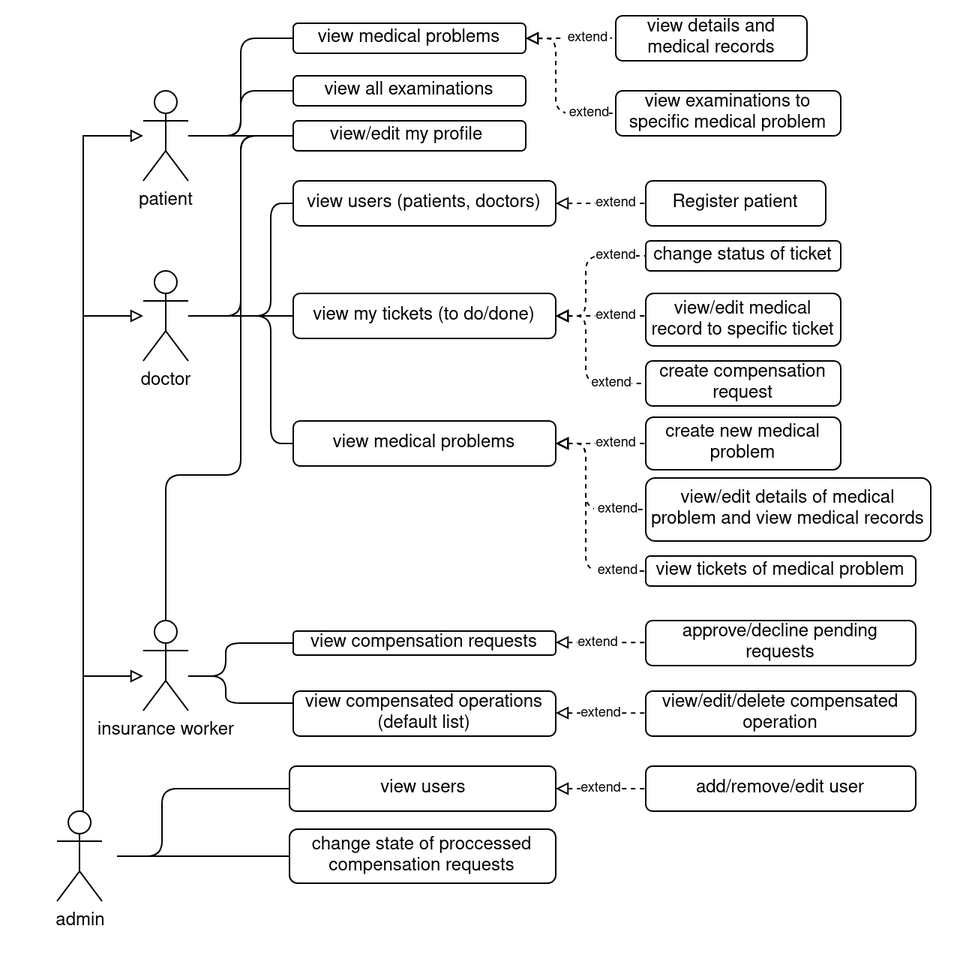
The draw.io diagram docs/use-case.png in adosix/hospital-information-system, before a commit. Source tidied: cells renumbered, new cells last; positions are measured from the earlier drawing's top-left corner, leaving out a move shared by most shapes.
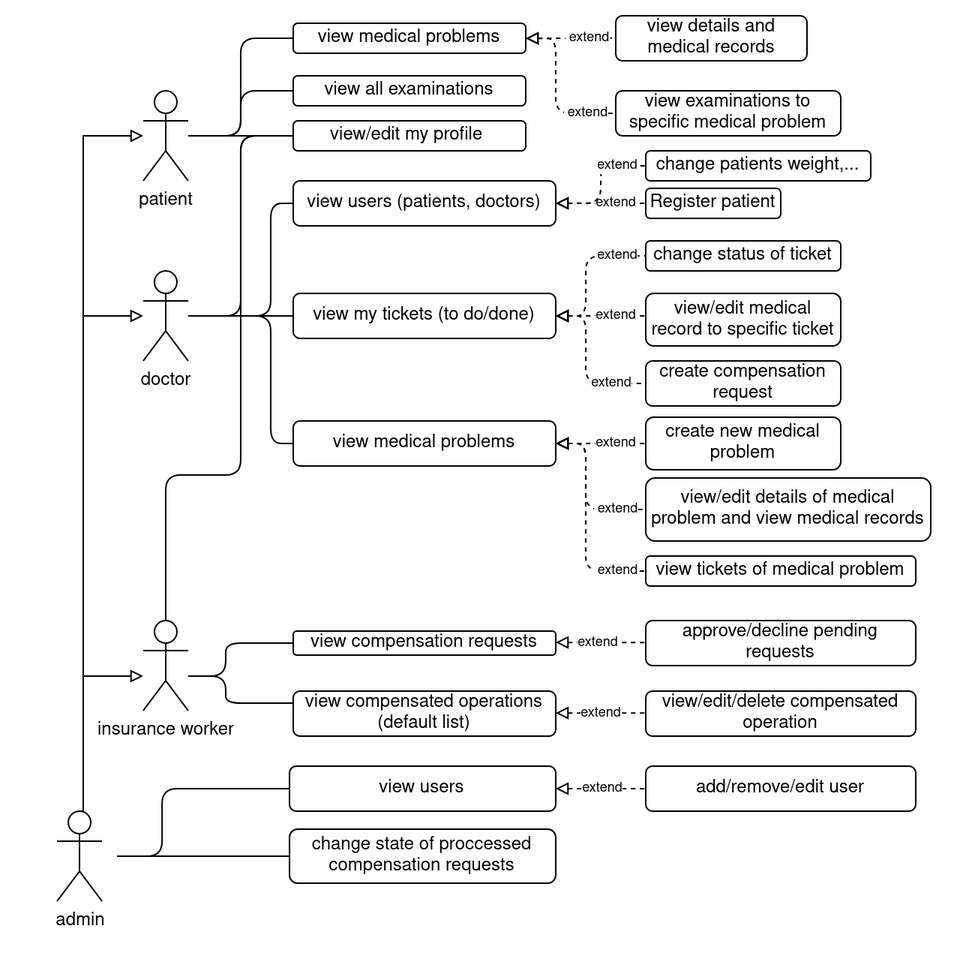
The same diagram one commit later.

Change to the diagram source:
```diff
@@ -241,7 +241,7 @@
       <mxGeometry x="410" y="60" width="150" height="30" as="geometry" />
     </mxCell>
     <mxCell id="47" value="Register patient" style="rounded=1;whiteSpace=wrap;html=1;" parent="1" vertex="1">
-      <mxGeometry x="430" y="120" width="120" height="30" as="geometry" />
+      <mxGeometry x="430" y="125" width="90" height="20" as="geometry" />
     </mxCell>
     <mxCell id="48" style="edgeStyle=orthogonalEdgeStyle;rounded=1;jettySize=auto;html=1;dashed=1;endArrow=none;endFill=0;startArrow=block;startFill=0;exitX=1;exitY=0.5;exitDx=0;exitDy=0;" parent="1" edge="1" source="13" target="25">
       <mxGeometry relative="1" as="geometry">
@@ -359,5 +359,18 @@
     <mxCell id="67" value="view/edit/delete compensated operation" style="rounded=1;whiteSpace=wrap;html=1;" parent="1" vertex="1">
       <mxGeometry x="430" y="460" width="180" height="30" as="geometry" />
     </mxCell>
+    <mxCell id="68" value="change patients weight,..." style="rounded=1;whiteSpace=wrap;html=1;" parent="1" vertex="1">
+      <mxGeometry x="430" y="100" width="150" height="20" as="geometry" />
+    </mxCell>
+    <mxCell id="69" style="edgeStyle=orthogonalEdgeStyle;rounded=1;jettySize=auto;html=1;dashed=1;startArrow=block;startFill=0;endArrow=none;endFill=0;exitX=1;exitY=0.5;exitDx=0;exitDy=0;entryX=0;entryY=0.5;entryDx=0;entryDy=0;" parent="1" edge="1" target="68">
+      <mxGeometry relative="1" as="geometry">
+        <mxPoint x="370" y="134.9" as="sourcePoint" />
+      </mxGeometry>
+    </mxCell>
+    <mxCell id="70" value="extend" style="edgeLabel;html=1;align=center;verticalAlign=middle;fontSize=9;" parent="69" vertex="1">
+      <mxGeometry x="0.67" relative="1" as="geometry">
+        <mxPoint x="-5.9" as="offset" />
+      </mxGeometry>
+    </mxCell>
   </root>
 </mxGraphModel>
```
